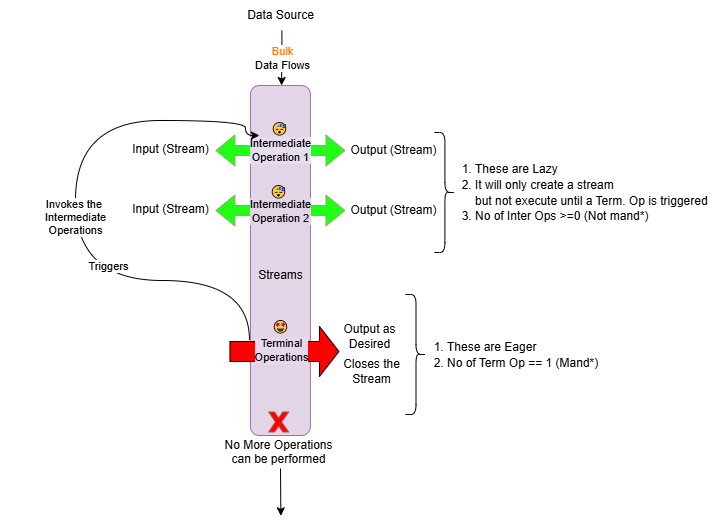
Alpha-Pk/My-Drawings keeps this draw.io diagram as Stream_Intro.drawio.png. Above is the earlier version. Source tidied: cells renumbered, new cells last; positions are measured from the earlier drawing's top-left corner, leaving out a move shared by most shapes.
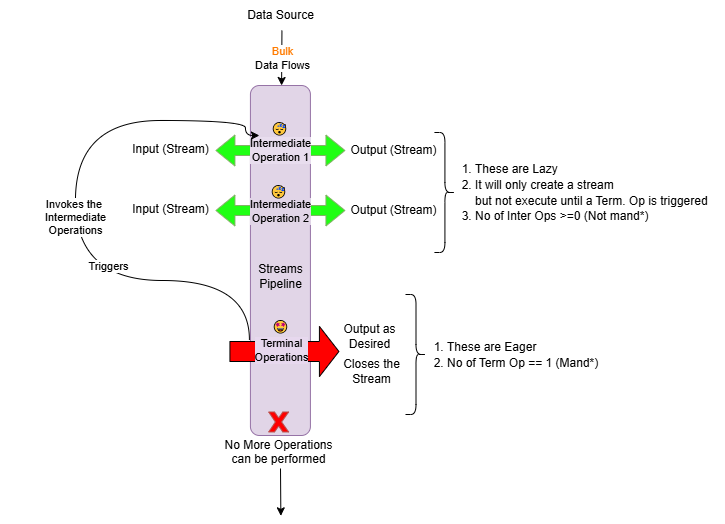
Above is the later version.

What changed in the source:
```diff
@@ -25,8 +25,8 @@
         <mxPoint x="1" as="offset" />
       </mxGeometry>
     </mxCell>
-    <mxCell id="7" value="Streams" style="text;html=1;align=center;verticalAlign=middle;strokeColor=none;fillColor=none;" parent="1" vertex="1">
-      <mxGeometry x="244.9" y="260" width="70" height="30" as="geometry" />
+    <mxCell id="7" value="Streams&lt;div&gt;Pipeline&lt;/div&gt;" style="text;html=1;align=center;verticalAlign=middle;strokeColor=none;fillColor=none;" parent="1" vertex="1">
+      <mxGeometry x="248.9" y="255" width="63" height="41" as="geometry" />
     </mxCell>
     <mxCell id="8" value="Data Source" style="text;html=1;align=center;verticalAlign=middle;points=[];strokeColor=none;fillColor=none;" parent="1" vertex="1">
       <mxGeometry x="234.9" width="90" height="30" as="geometry" />
```
